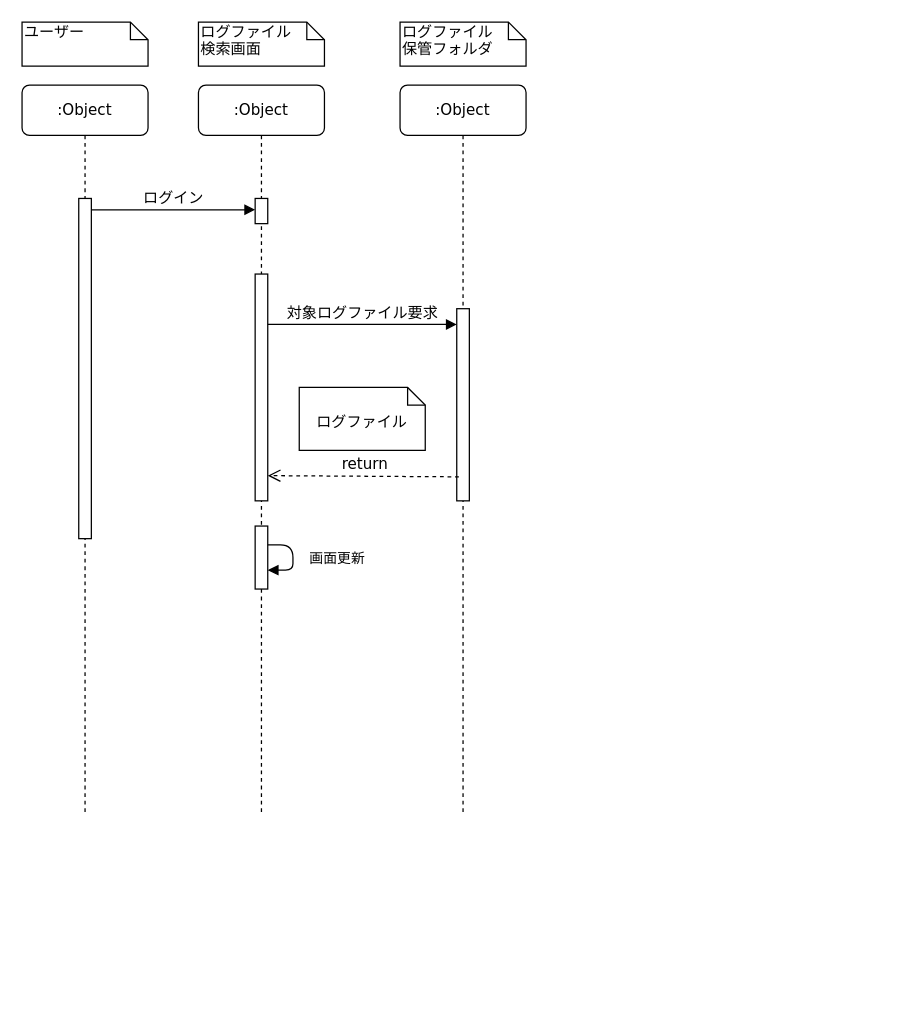
The draw.io diagram page "シーケンス図（WEB UI）" (2 of 6) of UMLDiagram.drawio in r-asano/kaihatsubuKenshu, before the edit. Source tidied: cells renumbered, new cells numbered last; positions are measured from the earlier drawing's top-left corner, leaving out a move shared by most shapes. Both pictures are drawn from the tidied source at 126%, with x=0, y=0 at pixel (21, 21).
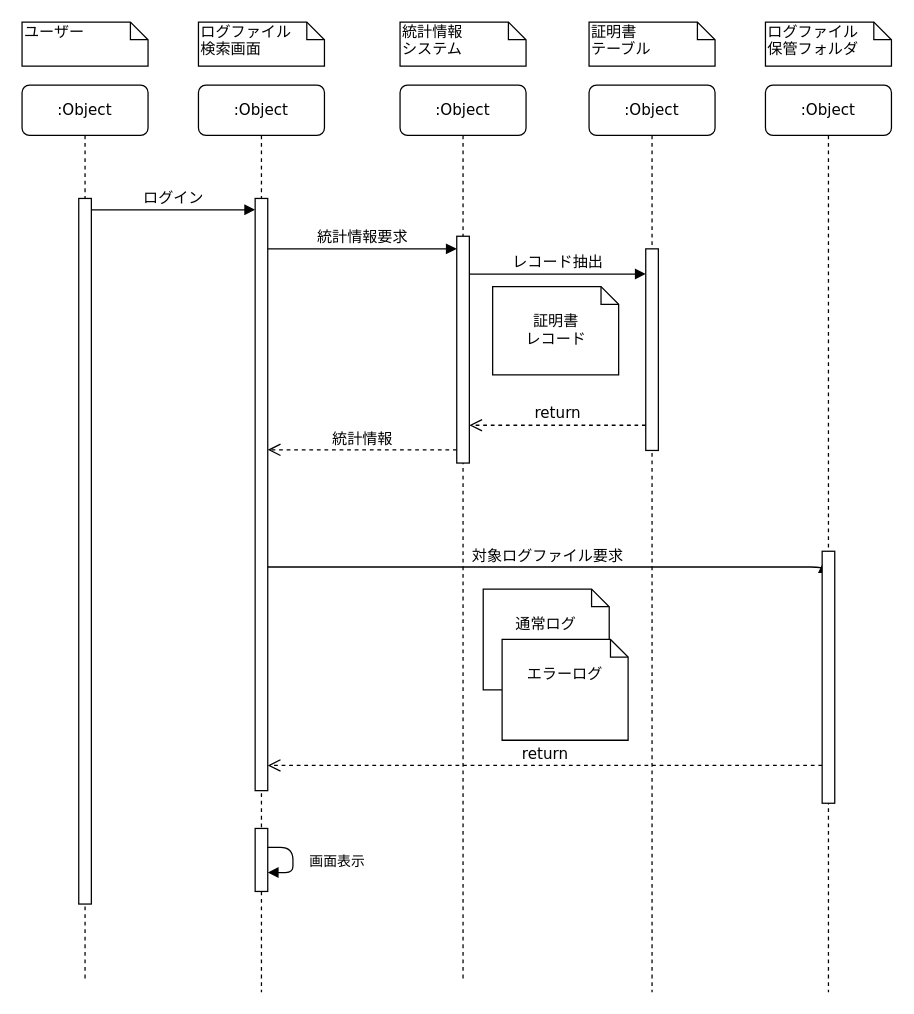
The same diagram, later.

Commit message:
シーケンス図（WEB UI）更新

What changed in the source:
```diff
@@
     <mxCell id="2" value=":Object" style="shape=umlLifeline;perimeter=lifelinePerimeter;whiteSpace=wrap;html=1;rounded=1;shadow=0;comic=0;labelBackgroundColor=none;strokeWidth=1;fontFamily=Verdana;fontSize=12;align=center;" parent="1" vertex="1">
-      <mxGeometry x="140" y="50" width="100" height="580" as="geometry" />
+      <mxGeometry x="140" y="50" width="100" height="720" as="geometry" />
     </mxCell>
     <mxCell id="3" style="html=1;points=[];perimeter=orthogonalPerimeter;rounded=0;shadow=0;comic=0;labelBackgroundColor=none;strokeWidth=1;fontFamily=Verdana;fontSize=12;align=center;" parent="2" vertex="1">
-      <mxGeometry x="45" y="150" width="10" height="180" as="geometry" />
+      <mxGeometry x="45" y="90" width="10" height="470" as="geometry" />
     </mxCell>
     <mxCell id="4" style="html=1;points=[];perimeter=orthogonalPerimeter;rounded=0;shadow=0;comic=0;labelBackgroundColor=none;strokeWidth=1;fontFamily=Verdana;fontSize=12;align=center;" parent="2" vertex="1">
-      <mxGeometry x="45" y="350" width="10" height="50" as="geometry" />
+      <mxGeometry x="45" y="590" width="10" height="50" as="geometry" />
     </mxCell>
-    <mxCell id="5" value="画面更新" style="html=1;verticalAlign=bottom;endArrow=block;" parent="2" edge="1" source="4" target="4">
+    <mxCell id="5" value="画面表示" style="html=1;verticalAlign=bottom;endArrow=block;" parent="2" edge="1" source="4" target="4">
       <mxGeometry x="0.33" y="-35" relative="1" as="geometry">
         <mxPoint x="35" y="35" as="offset" />
       </mxGeometry>
     </mxCell>
-    <mxCell id="6" style="html=1;points=[];perimeter=orthogonalPerimeter;rounded=0;shadow=0;comic=0;labelBackgroundColor=none;strokeWidth=1;fontFamily=Verdana;fontSize=12;align=center;" parent="2" vertex="1">
-      <mxGeometry x="45" y="90" width="10" height="20" as="geometry" />
-    </mxCell>
     <mxCell id="7" value=":Object" style="shape=umlLifeline;perimeter=lifelinePerimeter;whiteSpace=wrap;html=1;rounded=1;shadow=0;comic=0;labelBackgroundColor=none;strokeWidth=1;fontFamily=Verdana;fontSize=12;align=center;" parent="1" vertex="1">
-      <mxGeometry x="300" y="50" width="100" height="580" as="geometry" />
+      <mxGeometry x="300" y="50" width="100" height="710" as="geometry" />
     </mxCell>
     <mxCell id="8" style="html=1;points=[];perimeter=orthogonalPerimeter;rounded=0;shadow=0;comic=0;labelBackgroundColor=none;strokeWidth=1;fontFamily=Verdana;fontSize=12;align=center;" parent="7" vertex="1">
-      <mxGeometry x="45" y="177.5" width="10" height="152.5" as="geometry" />
+      <mxGeometry x="45" y="120" width="10" height="180" as="geometry" />
     </mxCell>
     <mxCell id="9" value=":Object" style="shape=umlLifeline;perimeter=lifelinePerimeter;whiteSpace=wrap;html=1;rounded=1;shadow=0;comic=0;labelBackgroundColor=none;strokeWidth=1;fontFamily=Verdana;fontSize=12;align=center;" parent="1" vertex="1">
-      <mxGeometry y="50" width="100" height="580" as="geometry" />
+      <mxGeometry y="50" width="100" height="710" as="geometry" />
     </mxCell>
     <mxCell id="10" style="html=1;points=[];perimeter=orthogonalPerimeter;rounded=0;shadow=0;comic=0;labelBackgroundColor=none;strokeWidth=1;fontFamily=Verdana;fontSize=12;align=center;" parent="9" vertex="1">
-      <mxGeometry x="45" y="90" width="10" height="270" as="geometry" />
+      <mxGeometry x="45" y="90" width="10" height="560" as="geometry" />
     </mxCell>
@@
-    <mxCell id="13" value="ログファイル&lt;br&gt;保管フォルダ" style="shape=note;whiteSpace=wrap;html=1;size=14;verticalAlign=top;align=left;spacingTop=-6;rounded=0;shadow=0;comic=0;labelBackgroundColor=none;strokeWidth=1;fontFamily=Verdana;fontSize=12;" parent="1" vertex="1">
+    <mxCell id="13" value="&lt;div&gt;統計情報&lt;/div&gt;&lt;div&gt;システム&lt;br&gt;&lt;/div&gt;" style="shape=note;whiteSpace=wrap;html=1;size=14;verticalAlign=top;align=left;spacingTop=-6;rounded=0;shadow=0;comic=0;labelBackgroundColor=none;strokeWidth=1;fontFamily=Verdana;fontSize=12;" parent="1" vertex="1">
       <mxGeometry x="300" width="100" height="35" as="geometry" />
     </mxCell>
-    <mxCell id="14" value="対象ログファイル要求" style="html=1;verticalAlign=bottom;endArrow=block;labelBackgroundColor=none;fontFamily=Verdana;fontSize=12;edgeStyle=elbowEdgeStyle;elbow=vertical;" parent="1" edge="1" source="3" target="8">
+    <mxCell id="14" value="対象ログファイル要求" style="html=1;verticalAlign=bottom;endArrow=block;labelBackgroundColor=none;fontFamily=Verdana;fontSize=12;edgeStyle=elbowEdgeStyle;elbow=vertical;entryX=0.1;entryY=0.043;entryDx=0;entryDy=0;entryPerimeter=0;" parent="1" edge="1" target="19">
       <mxGeometry relative="1" as="geometry">
+        <mxPoint x="195" y="432.5" as="sourcePoint" />
         <Array as="points">
-          <mxPoint x="280" y="240" />
+          <mxPoint x="280" y="432.5" />
         </Array>
       </mxGeometry>
     </mxCell>
-    <mxCell id="15" value="return" style="html=1;verticalAlign=bottom;endArrow=open;dashed=1;endSize=8;labelBackgroundColor=none;fontFamily=Verdana;fontSize=12;edgeStyle=elbowEdgeStyle;elbow=vertical;exitX=0.167;exitY=0.875;exitDx=0;exitDy=0;exitPerimeter=0;" parent="1" edge="1" source="8" target="3">
+    <mxCell id="15" value="return" style="html=1;verticalAlign=bottom;endArrow=open;dashed=1;endSize=8;labelBackgroundColor=none;fontFamily=Verdana;fontSize=12;edgeStyle=elbowEdgeStyle;elbow=vertical;" parent="1" edge="1" source="19" target="3">
       <mxGeometry relative="1" as="geometry">
         <Array as="points">
-          <mxPoint x="280" y="360" />
-          <mxPoint x="280" y="350" />
-          <mxPoint x="310" y="350" />
+          <mxPoint x="540" y="590" />
+          <mxPoint x="280" y="552.5" />
+          <mxPoint x="280" y="542.5" />
+          <mxPoint x="310" y="542.5" />
         </Array>
       </mxGeometry>
     </mxCell>
-    <mxCell id="16" value="ログファイル" style="shape=note2;boundedLbl=1;whiteSpace=wrap;html=1;size=14;verticalAlign=top;align=center;" parent="1" vertex="1">
-      <mxGeometry x="220" y="290" width="100" height="50" as="geometry" />
-    </mxCell>
-    <mxCell id="17" value="ログイン" style="html=1;verticalAlign=bottom;endArrow=block;labelBackgroundColor=none;fontFamily=Verdana;fontSize=12;edgeStyle=elbowEdgeStyle;elbow=vertical;entryX=0;entryY=0.45;entryDx=0;entryDy=0;entryPerimeter=0;" parent="1" edge="1" source="10" target="6">
+    <mxCell id="17" value="ログイン" style="html=1;verticalAlign=bottom;endArrow=block;labelBackgroundColor=none;fontFamily=Verdana;fontSize=12;edgeStyle=elbowEdgeStyle;elbow=vertical;entryX=0;entryY=0.45;entryDx=0;entryDy=0;entryPerimeter=0;" parent="1" edge="1" source="10">
       <mxGeometry relative="1" as="geometry">
+        <mxPoint x="185" y="149" as="targetPoint" />
         <Array as="points">
           <mxPoint x="120" y="149" />
           <mxPoint x="145" y="160" />
         </Array>
       </mxGeometry>
     </mxCell>
+    <mxCell id="18" value=":Object" style="shape=umlLifeline;perimeter=lifelinePerimeter;whiteSpace=wrap;html=1;rounded=1;shadow=0;comic=0;labelBackgroundColor=none;strokeWidth=1;fontFamily=Verdana;fontSize=12;align=center;" parent="1" vertex="1">
+      <mxGeometry x="590" y="50" width="100" height="720" as="geometry" />
+    </mxCell>
+    <mxCell id="19" style="html=1;points=[];perimeter=orthogonalPerimeter;rounded=0;shadow=0;comic=0;labelBackgroundColor=none;strokeWidth=1;fontFamily=Verdana;fontSize=12;align=center;" parent="18" vertex="1">
+      <mxGeometry x="45" y="370" width="10" height="200" as="geometry" />
+    </mxCell>
+    <mxCell id="20" value="ログファイル&lt;br&gt;保管フォルダ" style="shape=note;whiteSpace=wrap;html=1;size=14;verticalAlign=top;align=left;spacingTop=-6;rounded=0;shadow=0;comic=0;labelBackgroundColor=none;strokeWidth=1;fontFamily=Verdana;fontSize=12;" parent="1" vertex="1">
+      <mxGeometry x="590" width="100" height="35" as="geometry" />
+    </mxCell>
+    <mxCell id="21" value="レコード抽出" style="html=1;verticalAlign=bottom;endArrow=block;labelBackgroundColor=none;fontFamily=Verdana;fontSize=12;edgeStyle=elbowEdgeStyle;elbow=vertical;" parent="1" edge="1" target="26">
+      <mxGeometry relative="1" as="geometry">
+        <mxPoint x="355" y="200" as="sourcePoint" />
+        <Array as="points">
+          <mxPoint x="365" y="200" />
+        </Array>
+      </mxGeometry>
+    </mxCell>
+    <mxCell id="22" value="&lt;div&gt;証明書&lt;/div&gt;&lt;div&gt;レコード&lt;/div&gt;" style="shape=note2;boundedLbl=1;whiteSpace=wrap;html=1;size=14;verticalAlign=top;align=center;" parent="1" vertex="1">
+      <mxGeometry x="373.5" y="210" width="100" height="70" as="geometry" />
+    </mxCell>
+    <mxCell id="23" value="return" style="html=1;verticalAlign=bottom;endArrow=open;dashed=1;endSize=8;labelBackgroundColor=none;fontFamily=Verdana;fontSize=12;edgeStyle=elbowEdgeStyle;elbow=vertical;" parent="1" edge="1" source="26">
+      <mxGeometry relative="1" as="geometry">
+        <mxPoint x="355" y="320" as="targetPoint" />
+        <Array as="points">
+          <mxPoint x="480" y="320" />
+          <mxPoint x="460" y="300" />
+          <mxPoint x="390" y="290" />
+          <mxPoint x="765" y="360" />
+          <mxPoint x="795" y="360" />
+        </Array>
+      </mxGeometry>
+    </mxCell>
+    <mxCell id="24" value="統計情報" style="html=1;verticalAlign=bottom;endArrow=open;dashed=1;endSize=8;labelBackgroundColor=none;fontFamily=Verdana;fontSize=12;edgeStyle=elbowEdgeStyle;elbow=vertical;" parent="1" edge="1" source="8" target="3">
+      <mxGeometry relative="1" as="geometry">
+        <Array as="points">
+          <mxPoint x="235" y="339.5" />
+          <mxPoint x="235" y="329.5" />
+          <mxPoint x="265" y="329.5" />
+        </Array>
+      </mxGeometry>
+    </mxCell>
+    <mxCell id="25" value=":Object" style="shape=umlLifeline;perimeter=lifelinePerimeter;whiteSpace=wrap;html=1;rounded=1;shadow=0;comic=0;labelBackgroundColor=none;strokeWidth=1;fontFamily=Verdana;fontSize=12;align=center;" parent="1" vertex="1">
+      <mxGeometry x="450" y="50" width="100" height="720" as="geometry" />
+    </mxCell>
+    <mxCell id="26" style="html=1;points=[];perimeter=orthogonalPerimeter;rounded=0;shadow=0;comic=0;labelBackgroundColor=none;strokeWidth=1;fontFamily=Verdana;fontSize=12;align=center;" parent="25" vertex="1">
+      <mxGeometry x="45" y="130" width="10" height="160" as="geometry" />
+    </mxCell>
+    <mxCell id="27" value="&lt;div&gt;証明書&lt;/div&gt;&lt;div&gt;テーブル&lt;br&gt;&lt;/div&gt;" style="shape=note;whiteSpace=wrap;html=1;size=14;verticalAlign=top;align=left;spacingTop=-6;rounded=0;shadow=0;comic=0;labelBackgroundColor=none;strokeWidth=1;fontFamily=Verdana;fontSize=12;" parent="1" vertex="1">
+      <mxGeometry x="450" width="100" height="35" as="geometry" />
+    </mxCell>
+    <mxCell id="28" value="統計情報要求" style="html=1;verticalAlign=bottom;endArrow=block;labelBackgroundColor=none;fontFamily=Verdana;fontSize=12;edgeStyle=elbowEdgeStyle;elbow=vertical;" parent="1" edge="1" source="3" target="8">
+      <mxGeometry relative="1" as="geometry">
+        <Array as="points">
+          <mxPoint x="210" y="180" />
+        </Array>
+      </mxGeometry>
+    </mxCell>
+    <mxCell id="29" value="&lt;div align=&quot;center&quot;&gt;通常ログ&lt;/div&gt;" style="shape=note2;boundedLbl=1;whiteSpace=wrap;html=1;size=14;verticalAlign=top;align=center;" parent="1" vertex="1">
+      <mxGeometry x="366" y="450" width="100" height="80" as="geometry" />
+    </mxCell>
+    <mxCell id="30" value="エラーログ" style="shape=note2;boundedLbl=1;whiteSpace=wrap;html=1;size=14;verticalAlign=top;align=center;" parent="1" vertex="1">
+      <mxGeometry x="381" y="490" width="100" height="80" as="geometry" />
+    </mxCell>
```
